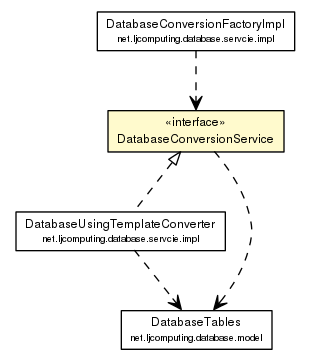
Before: docs/javadoc/apidocs/net/ljcomputing/database/servcie/DatabaseConversionService.png, a diagram exported from Graphviz (willmorejg/net.ljcomputing.database). Its source is kept beside it as docs/javadoc/apidocs/net/ljcomputing/database/servcie/DatabaseConversionService.dot. Source of this version:
```dot

digraph G {
	edge [fontname="Helvetica",fontsize=10,labelfontname="Helvetica",labelfontsize=10];
	node [fontname="Helvetica",fontsize=10,shape=plaintext];
	nodesep=0.25;
	ranksep=0.5;
	c181 [label=<<table title="net.ljcomputing.database.servcie.DatabaseConversionService" border="0" cellborder="1" cellspacing="0" cellpadding="2" port="p" bgcolor="lemonChiffon" href="./DatabaseConversionService.html">
		<tr><td><table border="0" cellspacing="0" cellpadding="1">
<tr><td align="center" balign="center"> &#171;interface&#187; </td></tr>
<tr><td align="center" balign="center"> DatabaseConversionService </td></tr>
		</table></td></tr>
		</table>>, URL="./DatabaseConversionService.html", fontname="Helvetica", fontcolor="black", fontsize=9.0];
	c184 [label=<<table title="net.ljcomputing.database.servcie.impl.DatabaseConversionFactoryImpl" border="0" cellborder="1" cellspacing="0" cellpadding="2" port="p" href="./impl/DatabaseConversionFactoryImpl.html">
		<tr><td><table border="0" cellspacing="0" cellpadding="1">
<tr><td align="center" balign="center"> DatabaseConversionFactoryImpl </td></tr>
<tr><td align="center" balign="center"><font point-size="7.0"> net.ljcomputing.database.servcie.impl </font></td></tr>
		</table></td></tr>
		</table>>, URL="./impl/DatabaseConversionFactoryImpl.html", fontname="Helvetica", fontcolor="black", fontsize=9.0];
	c185 [label=<<table title="net.ljcomputing.database.servcie.impl.DatabaseUsingTemplateConverter" border="0" cellborder="1" cellspacing="0" cellpadding="2" port="p" href="./impl/DatabaseUsingTemplateConverter.html">
		<tr><td><table border="0" cellspacing="0" cellpadding="1">
<tr><td align="center" balign="center"> DatabaseUsingTemplateConverter </td></tr>
<tr><td align="center" balign="center"><font point-size="7.0"> net.ljcomputing.database.servcie.impl </font></td></tr>
		</table></td></tr>
		</table>>, URL="./impl/DatabaseUsingTemplateConverter.html", fontname="Helvetica", fontcolor="black", fontsize=9.0];
	c189 [label=<<table title="net.ljcomputing.database.model.DatabaseTables" border="0" cellborder="1" cellspacing="0" cellpadding="2" port="p" href="../model/DatabaseTables.html">
		<tr><td><table border="0" cellspacing="0" cellpadding="1">
<tr><td align="center" balign="center"> DatabaseTables </td></tr>
<tr><td align="center" balign="center"><font point-size="7.0"> net.ljcomputing.database.model </font></td></tr>
		</table></td></tr>
		</table>>, URL="../model/DatabaseTables.html", fontname="Helvetica", fontcolor="black", fontsize=9.0];
	c181:p -> c185:p [dir=back,arrowtail=empty,style=dashed];
	c181:p -> c189:p [taillabel="", label="", headlabel="", fontname="Helvetica", fontcolor="black", fontsize=10.0, color="black", arrowhead=open, style=dashed];
	c184:p -> c181:p [taillabel="", label="", headlabel="", fontname="Helvetica", fontcolor="black", fontsize=10.0, color="black", arrowhead=open, style=dashed];
	c185:p -> c189:p [taillabel="", label="", headlabel="", fontname="Helvetica", fontcolor="black", fontsize=10.0, color="black", arrowhead=open, style=dashed];
}
```
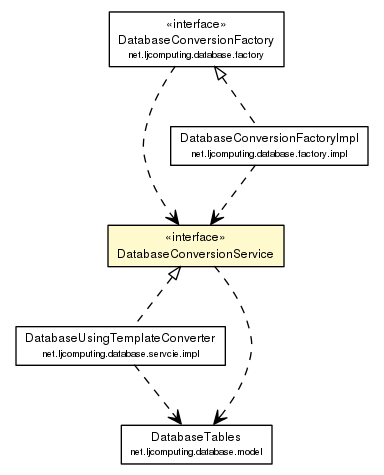
Above is the later version.

Diff of the diagram source:
```diff
@@ -4,32 +4,41 @@
 	node [fontname="Helvetica",fontsize=10,shape=plaintext];
 	nodesep=0.25;
 	ranksep=0.5;
-	c181 [label=<<table title="net.ljcomputing.database.servcie.DatabaseConversionService" border="0" cellborder="1" cellspacing="0" cellpadding="2" port="p" bgcolor="lemonChiffon" href="./DatabaseConversionService.html">
+	c576 [label=<<table title="net.ljcomputing.database.servcie.impl.DatabaseUsingTemplateConverter" border="0" cellborder="1" cellspacing="0" cellpadding="2" port="p" href="./impl/DatabaseUsingTemplateConverter.html">
+		<tr><td><table border="0" cellspacing="0" cellpadding="1">
+<tr><td align="center" balign="center"> DatabaseUsingTemplateConverter </td></tr>
+<tr><td align="center" balign="center"><font point-size="7.0"> net.ljcomputing.database.servcie.impl </font></td></tr>
+		</table></td></tr>
+		</table>>, URL="./impl/DatabaseUsingTemplateConverter.html", fontname="Helvetica", fontcolor="black", fontsize=9.0];
+	c579 [label=<<table title="net.ljcomputing.database.servcie.DatabaseConversionService" border="0" cellborder="1" cellspacing="0" cellpadding="2" port="p" bgcolor="lemonChiffon" href="./DatabaseConversionService.html">
 		<tr><td><table border="0" cellspacing="0" cellpadding="1">
 <tr><td align="center" balign="center"> &#171;interface&#187; </td></tr>
 <tr><td align="center" balign="center"> DatabaseConversionService </td></tr>
 		</table></td></tr>
 		</table>>, URL="./DatabaseConversionService.html", fontname="Helvetica", fontcolor="black", fontsize=9.0];
-	c184 [label=<<table title="net.ljcomputing.database.servcie.impl.DatabaseConversionFactoryImpl" border="0" cellborder="1" cellspacing="0" cellpadding="2" port="p" href="./impl/DatabaseConversionFactoryImpl.html">
-		<tr><td><table border="0" cellspacing="0" cellpadding="1">
-<tr><td align="center" balign="center"> DatabaseConversionFactoryImpl </td></tr>
-<tr><td align="center" balign="center"><font point-size="7.0"> net.ljcomputing.database.servcie.impl </font></td></tr>
-		</table></td></tr>
-		</table>>, URL="./impl/DatabaseConversionFactoryImpl.html", fontname="Helvetica", fontcolor="black", fontsize=9.0];
-	c185 [label=<<table title="net.ljcomputing.database.servcie.impl.DatabaseUsingTemplateConverter" border="0" cellborder="1" cellspacing="0" cellpadding="2" port="p" href="./impl/DatabaseUsingTemplateConverter.html">
-		<tr><td><table border="0" cellspacing="0" cellpadding="1">
-<tr><td align="center" balign="center"> DatabaseUsingTemplateConverter </td></tr>
-<tr><td align="center" balign="center"><font point-size="7.0"> net.ljcomputing.database.servcie.impl </font></td></tr>
-		</table></td></tr>
-		</table>>, URL="./impl/DatabaseUsingTemplateConverter.html", fontname="Helvetica", fontcolor="black", fontsize=9.0];
-	c189 [label=<<table title="net.ljcomputing.database.model.DatabaseTables" border="0" cellborder="1" cellspacing="0" cellpadding="2" port="p" href="../model/DatabaseTables.html">
+	c594 [label=<<table title="net.ljcomputing.database.model.DatabaseTables" border="0" cellborder="1" cellspacing="0" cellpadding="2" port="p" href="../model/DatabaseTables.html">
 		<tr><td><table border="0" cellspacing="0" cellpadding="1">
 <tr><td align="center" balign="center"> DatabaseTables </td></tr>
 <tr><td align="center" balign="center"><font point-size="7.0"> net.ljcomputing.database.model </font></td></tr>
 		</table></td></tr>
 		</table>>, URL="../model/DatabaseTables.html", fontname="Helvetica", fontcolor="black", fontsize=9.0];
-	c181:p -> c185:p [dir=back,arrowtail=empty,style=dashed];
-	c181:p -> c189:p [taillabel="", label="", headlabel="", fontname="Helvetica", fontcolor="black", fontsize=10.0, color="black", arrowhead=open, style=dashed];
-	c184:p -> c181:p [taillabel="", label="", headlabel="", fontname="Helvetica", fontcolor="black", fontsize=10.0, color="black", arrowhead=open, style=dashed];
-	c185:p -> c189:p [taillabel="", label="", headlabel="", fontname="Helvetica", fontcolor="black", fontsize=10.0, color="black", arrowhead=open, style=dashed];
+	c598 [label=<<table title="net.ljcomputing.database.factory.DatabaseConversionFactory" border="0" cellborder="1" cellspacing="0" cellpadding="2" port="p" href="../factory/DatabaseConversionFactory.html">
+		<tr><td><table border="0" cellspacing="0" cellpadding="1">
+<tr><td align="center" balign="center"> &#171;interface&#187; </td></tr>
+<tr><td align="center" balign="center"> DatabaseConversionFactory </td></tr>
+<tr><td align="center" balign="center"><font point-size="7.0"> net.ljcomputing.database.factory </font></td></tr>
+		</table></td></tr>
+		</table>>, URL="../factory/DatabaseConversionFactory.html", fontname="Helvetica", fontcolor="black", fontsize=9.0];
+	c599 [label=<<table title="net.ljcomputing.database.factory.impl.DatabaseConversionFactoryImpl" border="0" cellborder="1" cellspacing="0" cellpadding="2" port="p" href="../factory/impl/DatabaseConversionFactoryImpl.html">
+		<tr><td><table border="0" cellspacing="0" cellpadding="1">
+<tr><td align="center" balign="center"> DatabaseConversionFactoryImpl </td></tr>
+<tr><td align="center" balign="center"><font point-size="7.0"> net.ljcomputing.database.factory.impl </font></td></tr>
+		</table></td></tr>
+		</table>>, URL="../factory/impl/DatabaseConversionFactoryImpl.html", fontname="Helvetica", fontcolor="black", fontsize=9.0];
+	c579:p -> c576:p [dir=back,arrowtail=empty,style=dashed];
+	c598:p -> c599:p [dir=back,arrowtail=empty,style=dashed];
+	c576:p -> c594:p [taillabel="", label="", headlabel="", fontname="Helvetica", fontcolor="black", fontsize=10.0, color="black", arrowhead=open, style=dashed];
+	c579:p -> c594:p [taillabel="", label="", headlabel="", fontname="Helvetica", fontcolor="black", fontsize=10.0, color="black", arrowhead=open, style=dashed];
+	c598:p -> c579:p [taillabel="", label="", headlabel="", fontname="Helvetica", fontcolor="black", fontsize=10.0, color="black", arrowhead=open, style=dashed];
+	c599:p -> c579:p [taillabel="", label="", headlabel="", fontname="Helvetica", fontcolor="black", fontsize=10.0, color="black", arrowhead=open, style=dashed];
 }
```
